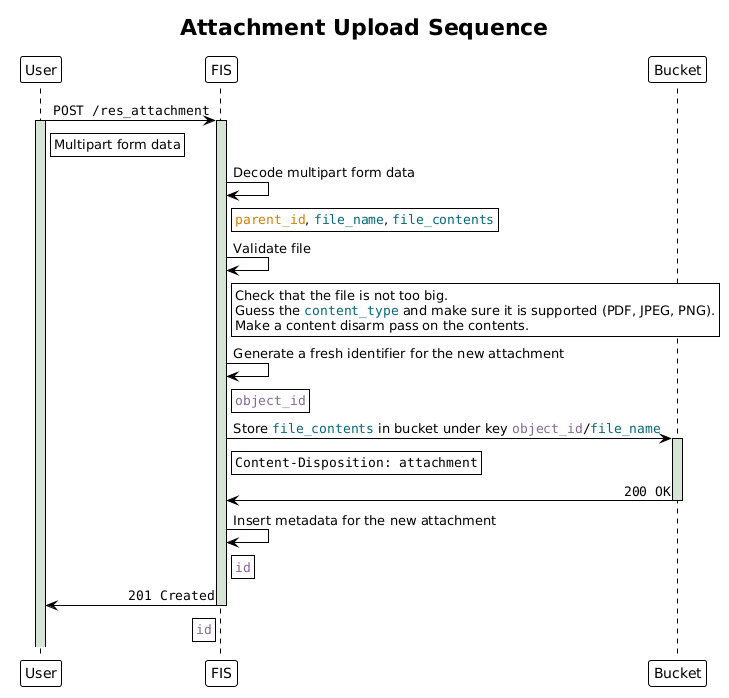
elhub/flex-information-system keeps this PlantUML diagram as docs-dev/diagrams/attachment_upload_sequence.png. Above is the earlier version.
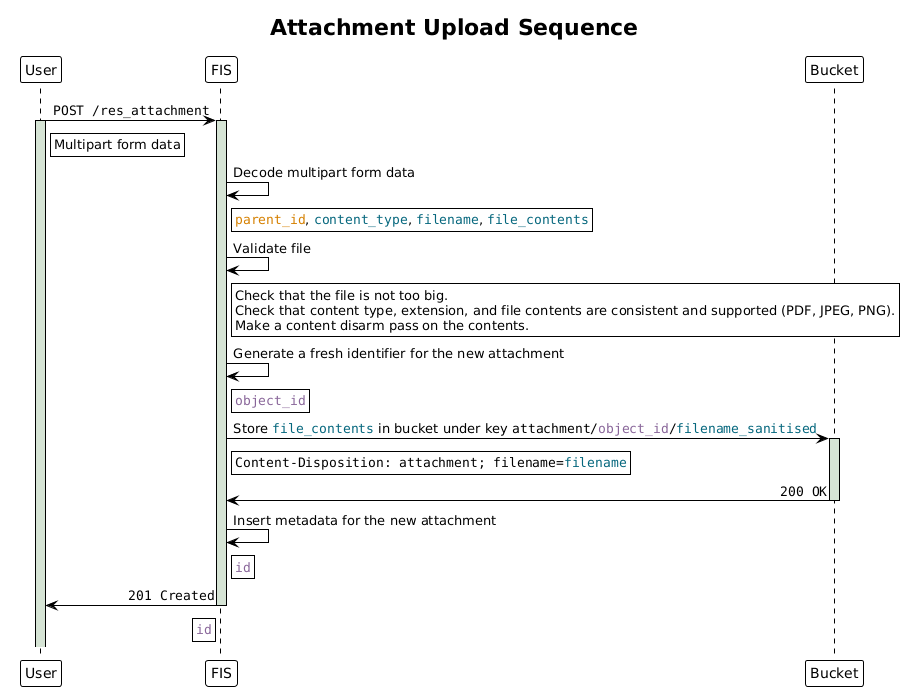
After the commit.

Commit message:
fix: docs + check constraint on sanitised filename (FLEX-1323)

Change to the diagram source:
```diff
@@ -19,13 +19,13 @@
 
 fis -> fis: Decode multipart form data
 rnote right of fis
-""<color #d58000>parent_id</color>"", ""<color #05677d>file_name</color>"", ""<color #05677d>file_contents</color>""
+""<color #d58000>parent_id</color>"", ""<color #05677d>content_type</color>"", ""<color #05677d>filename</color>"", ""<color #05677d>file_contents</color>""
 end note
 
 fis -> fis: Validate file
 rnote right of fis
 Check that the file is not too big.
-Guess the ""<color #05677d>content_type</color>"" and make sure it is supported (PDF, JPEG, PNG).
+Check that content type, extension, and file contents are consistent and supported (PDF, JPEG, PNG).
 Make a content disarm pass on the contents.
 end note
 
@@ -34,10 +34,10 @@
 ""<color #886599>object_id</color>""
 end note
 
-fis -> bucket: Store ""<color #05677d>file_contents</color>"" in bucket under key ""<color #886599>object_id</color>/<color #05677d>file_name</color>""
+fis -> bucket: Store ""<color #05677d>file_contents</color>"" in bucket under key ""attachment/<color #886599>object_id</color>/<color #05677d>filename_sanitised</color>""
 activate bucket #d6e4d5
 rnote right of fis
-""Content-Disposition: attachment""
+""Content-Disposition: attachment; filename=<color #05677d>filename</color>""
 end note
 
 bucket -> fis: ""200 OK""
```
